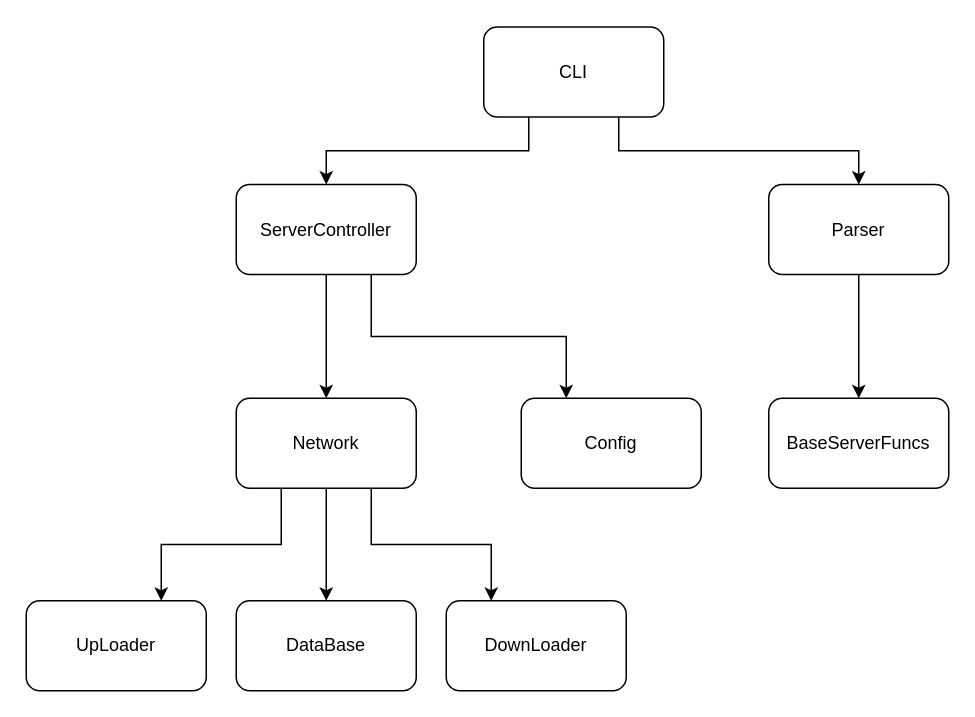
Above: documentation/GameServerUML.drawio in lucky-rydar/our_game (draw.io), before the change. Source tidied: cells renumbered, new cells numbered last; positions are measured from the earlier drawing's top-left corner, leaving out a move shared by most shapes. Both pictures are drawn from the tidied source at 150%, with x=0, y=0 at pixel (26, 26).
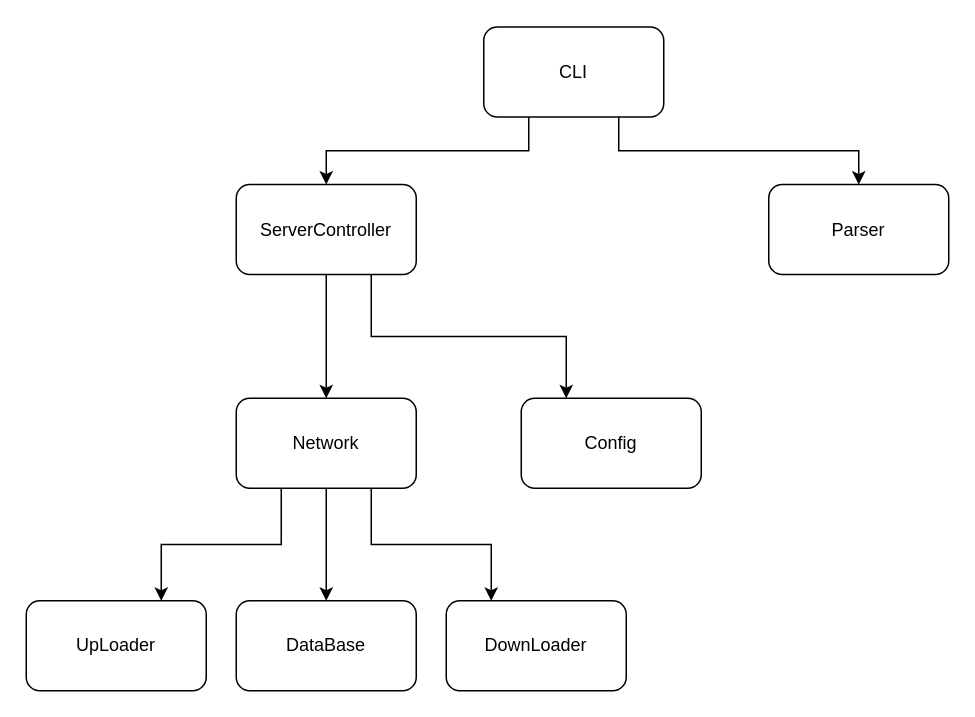
Above is the later version.

Commit message (it also covers changes not shown here):
Deleted BaseServerFuncs class

Change to the diagram source:
```diff
@@
 <mxGraphModel>
   <root>
     <mxCell id="0" />
     <mxCell id="1" parent="0" />
     <mxCell id="2" style="edgeStyle=orthogonalEdgeStyle;rounded=0;jettySize=auto;html=1;exitX=0.5;exitY=1;exitDx=0;exitDy=0;entryX=0.5;entryY=0;entryDx=0;entryDy=0;" parent="1" edge="1" source="5" target="7">
       <mxGeometry relative="1" as="geometry" />
     </mxCell>
     <mxCell id="3" style="edgeStyle=orthogonalEdgeStyle;rounded=0;jettySize=auto;html=1;exitX=0.25;exitY=1;exitDx=0;exitDy=0;entryX=0.75;entryY=0;entryDx=0;entryDy=0;" parent="1" edge="1" source="5" target="6">
       <mxGeometry relative="1" as="geometry" />
     </mxCell>
     <mxCell id="4" style="edgeStyle=orthogonalEdgeStyle;rounded=0;jettySize=auto;html=1;exitX=0.75;exitY=1;exitDx=0;exitDy=0;entryX=0.25;entryY=0;entryDx=0;entryDy=0;" parent="1" edge="1" source="5" target="8">
       <mxGeometry relative="1" as="geometry" />
     </mxCell>
     <mxCell id="5" value="Network" style="rounded=1;whiteSpace=wrap;html=1;" parent="1" vertex="1">
       <mxGeometry x="140" y="248" width="120" height="60" as="geometry" />
     </mxCell>
     <mxCell id="6" value="UpLoader&lt;br&gt;" style="rounded=1;whiteSpace=wrap;html=1;" parent="1" vertex="1">
       <mxGeometry y="383" width="120" height="60" as="geometry" />
     </mxCell>
     <mxCell id="7" value="DataBase" style="rounded=1;whiteSpace=wrap;html=1;" parent="1" vertex="1">
       <mxGeometry x="140" y="383" width="120" height="60" as="geometry" />
     </mxCell>
     <mxCell id="8" value="DownLoader" style="rounded=1;whiteSpace=wrap;html=1;" parent="1" vertex="1">
       <mxGeometry x="280" y="383" width="120" height="60" as="geometry" />
     </mxCell>
     <mxCell id="9" style="edgeStyle=orthogonalEdgeStyle;rounded=0;jettySize=auto;html=1;exitX=0.75;exitY=1;exitDx=0;exitDy=0;" parent="1" edge="1" source="11" target="13">
       <mxGeometry relative="1" as="geometry" />
     </mxCell>
     <mxCell id="10" style="edgeStyle=orthogonalEdgeStyle;rounded=0;jettySize=auto;html=1;exitX=0.25;exitY=1;exitDx=0;exitDy=0;entryX=0.5;entryY=0;entryDx=0;entryDy=0;" parent="1" edge="1" source="11" target="17">
       <mxGeometry relative="1" as="geometry" />
     </mxCell>
     <mxCell id="11" value="CLI&lt;br&gt;" style="rounded=1;whiteSpace=wrap;html=1;" parent="1" vertex="1">
       <mxGeometry x="305" y="0.5" width="120" height="60" as="geometry" />
     </mxCell>
-    <mxCell id="12" style="edgeStyle=orthogonalEdgeStyle;rounded=0;jettySize=auto;html=1;exitX=0.5;exitY=1;exitDx=0;exitDy=0;entryX=0.5;entryY=0;entryDx=0;entryDy=0;" parent="1" edge="1" source="13" target="18">
-      <mxGeometry relative="1" as="geometry" />
-    </mxCell>
     <mxCell id="13" value="Parser&lt;br&gt;" style="rounded=1;whiteSpace=wrap;html=1;" parent="1" vertex="1">
       <mxGeometry x="495" y="105.5" width="120" height="60" as="geometry" />
     </mxCell>
     <mxCell id="14" value="Config&lt;br&gt;" style="rounded=1;whiteSpace=wrap;html=1;" parent="1" vertex="1">
       <mxGeometry x="330" y="248" width="120" height="60" as="geometry" />
     </mxCell>
     <mxCell id="15" style="edgeStyle=orthogonalEdgeStyle;rounded=0;jettySize=auto;html=1;exitX=0.5;exitY=1;exitDx=0;exitDy=0;entryX=0.5;entryY=0;entryDx=0;entryDy=0;" parent="1" edge="1" source="17" target="5">
       <mxGeometry relative="1" as="geometry" />
     </mxCell>
     <mxCell id="16" style="edgeStyle=orthogonalEdgeStyle;rounded=0;jettySize=auto;html=1;exitX=0.75;exitY=1;exitDx=0;exitDy=0;entryX=0.25;entryY=0;entryDx=0;entryDy=0;" parent="1" edge="1" source="17" target="14">
       <mxGeometry relative="1" as="geometry" />
     </mxCell>
     <mxCell id="17" value="ServerController&lt;br&gt;" style="rounded=1;whiteSpace=wrap;html=1;" parent="1" vertex="1">
       <mxGeometry x="140" y="105.5" width="120" height="60" as="geometry" />
     </mxCell>
-    <mxCell id="18" value="BaseServerFuncs&lt;br&gt;" style="rounded=1;whiteSpace=wrap;html=1;" parent="1" vertex="1">
-      <mxGeometry x="495" y="248" width="120" height="60" as="geometry" />
-    </mxCell>
   </root>
 </mxGraphModel>
```
